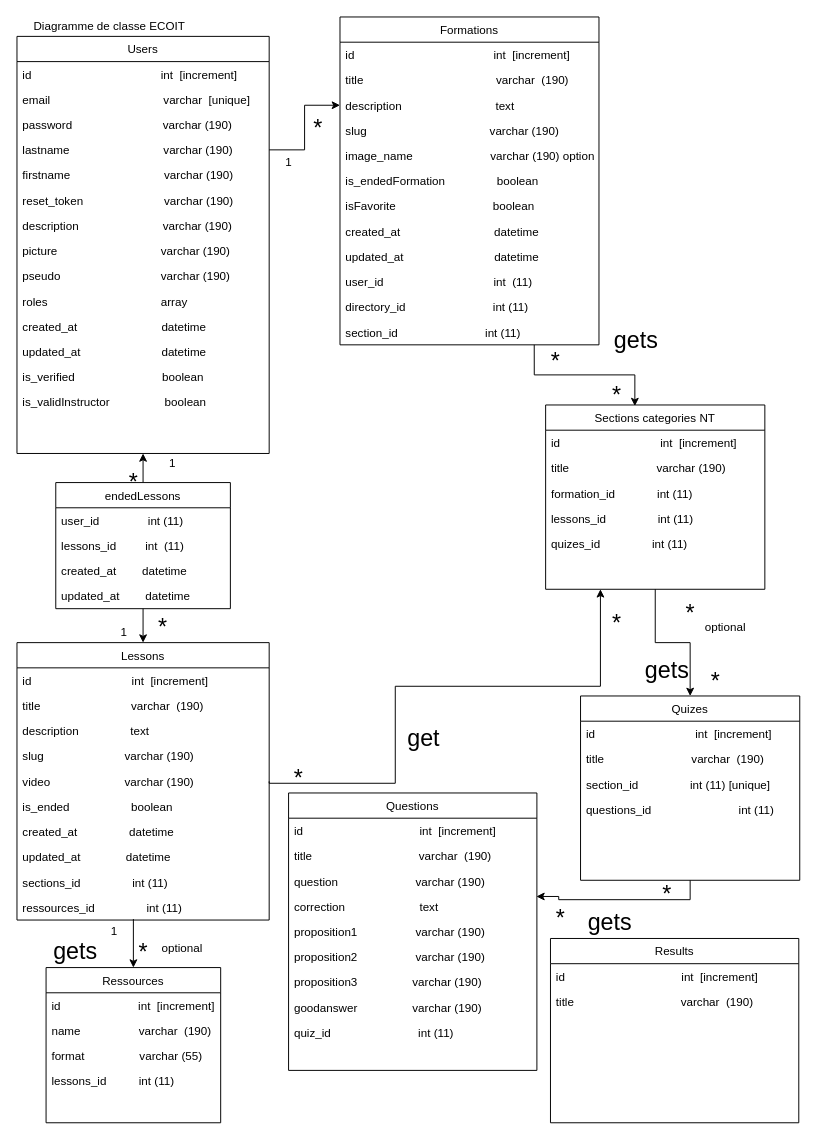
Above: ECO IT/diag_de_classe_ecoit.drawio in cyrisa02/diagrammes-UML (draw.io), before the change. Source tidied: cells renumbered, new cells numbered last; positions are measured from the earlier drawing's top-left corner, leaving out a move shared by most shapes. Both pictures are drawn from the tidied source at 97%, with x=0, y=0 at pixel (16, 16).
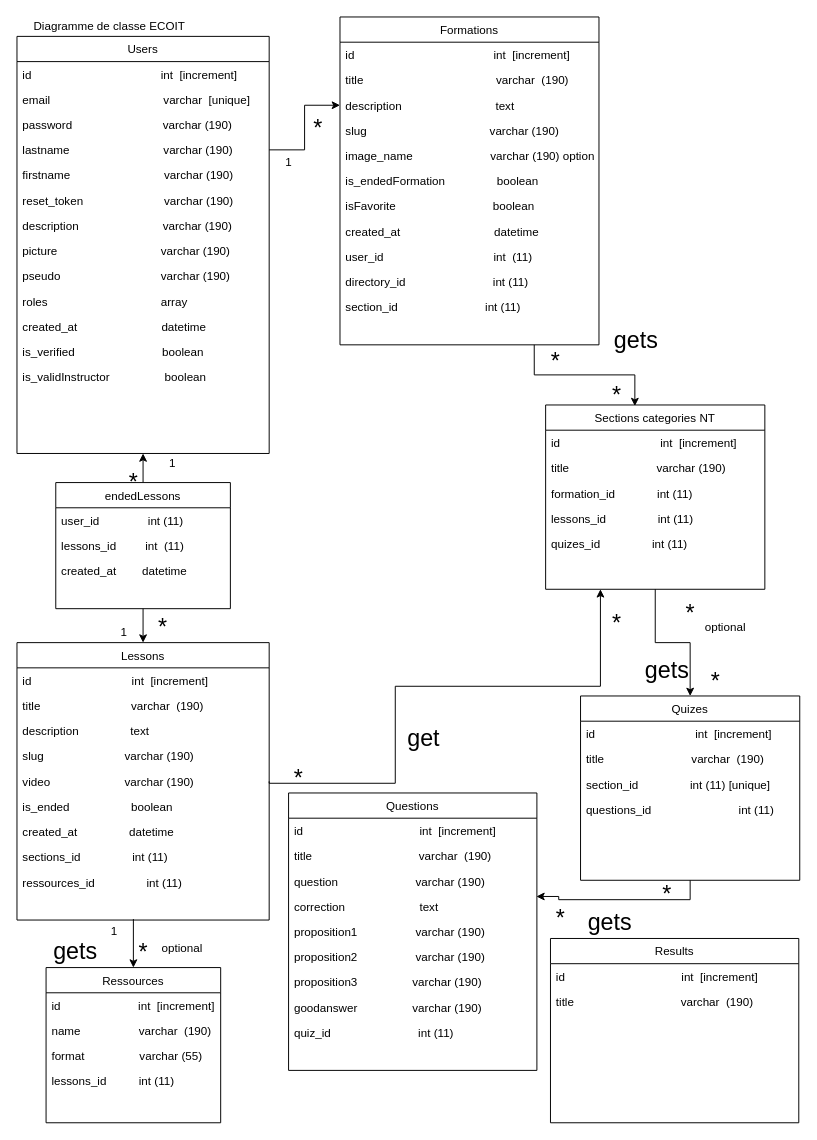
Above is the later version.

The change refers to these unchanged cells:
```xml
<mxCell id="2" value="Users" style="swimlane;fontStyle=0;align=center;verticalAlign=top;horizontal=1;startSize=26;rounded=0;shadow=0;strokeWidth=1;" parent="1" vertex="1">
  <mxGeometry y="20" width="260" height="430" as="geometry" />
</mxCell>
<mxCell id="18" value="Formations" style="swimlane;fontStyle=0;align=center;verticalAlign=top;horizontal=1;startSize=26;rounded=0;shadow=0;strokeWidth=1;" parent="1" vertex="1">
  <mxGeometry x="333" width="267" height="338" as="geometry" />
</mxCell>
<mxCell id="39" value="Lessons" style="swimlane;fontStyle=0;align=center;verticalAlign=top;horizontal=1;startSize=26;rounded=0;shadow=0;strokeWidth=1;" parent="1" vertex="1">
  <mxGeometry y="645" width="260" height="286" as="geometry" />
</mxCell>
<mxCell id="90" value="endedLessons" style="swimlane;fontStyle=0;align=center;verticalAlign=top;horizontal=1;startSize=26;rounded=0;shadow=0;strokeWidth=1;" parent="1" vertex="1">
  <mxGeometry x="40" y="480" width="180" height="130" as="geometry" />
</mxCell>
```

The edit, as a diff of the source:
```diff
@@
-    <mxCell id="14" value="updated_at                         datetime" style="text;align=left;verticalAlign=top;spacingLeft=4;spacingRight=4;overflow=hidden;" parent="2" vertex="1">
-      <mxGeometry y="312" width="260" height="26" as="geometry" />
-    </mxCell>
     <mxCell id="15" value="is_verified                           boolean" style="text;align=left;verticalAlign=top;spacingLeft=4;spacingRight=4;overflow=hidden;" parent="2" vertex="1">
-      <mxGeometry y="338" width="260" height="26" as="geometry" />
+      <mxGeometry y="312" width="260" height="26" as="geometry" />
     </mxCell>
     <mxCell id="16" value="is_validInstructor                 boolean" style="text;align=left;verticalAlign=top;spacingLeft=4;spacingRight=4;overflow=hidden;" parent="2" vertex="1">
-      <mxGeometry y="364" width="260" height="26" as="geometry" />
+      <mxGeometry y="338" width="260" height="26" as="geometry" />
     </mxCell>
@@
-    <mxCell id="27" value="updated_at                            datetime" style="text;align=left;verticalAlign=top;spacingLeft=4;spacingRight=4;overflow=hidden;" parent="18" vertex="1">
-      <mxGeometry y="234" width="267" height="26" as="geometry" />
-    </mxCell>
     <mxCell id="28" value="user_id                                  int  (11)" style="text;align=left;verticalAlign=top;spacingLeft=4;spacingRight=4;overflow=hidden;" parent="18" vertex="1">
-      <mxGeometry y="260" width="267" height="26" as="geometry" />
+      <mxGeometry y="234" width="267" height="26" as="geometry" />
     </mxCell>
     <mxCell id="29" value="directory_id                           int (11)" style="text;align=left;verticalAlign=top;spacingLeft=4;spacingRight=4;overflow=hidden;" parent="18" vertex="1">
-      <mxGeometry y="286" width="267" height="26" as="geometry" />
+      <mxGeometry y="260" width="267" height="26" as="geometry" />
     </mxCell>
     <mxCell id="30" value="section_id                           int (11)" style="text;align=left;verticalAlign=top;spacingLeft=4;spacingRight=4;overflow=hidden;" parent="18" vertex="1">
-      <mxGeometry y="312" width="267" height="26" as="geometry" />
+      <mxGeometry y="286" width="267" height="26" as="geometry" />
     </mxCell>
@@
-    <mxCell id="47" value="updated_at              datetime" style="text;align=left;verticalAlign=top;spacingLeft=4;spacingRight=4;overflow=hidden;" parent="39" vertex="1">
-      <mxGeometry y="208" width="260" height="26" as="geometry" />
-    </mxCell>
     <mxCell id="48" value="sections_id                int (11)" style="text;align=left;verticalAlign=top;spacingLeft=4;spacingRight=4;overflow=hidden;" parent="39" vertex="1">
-      <mxGeometry y="234" width="260" height="26" as="geometry" />
+      <mxGeometry y="208" width="260" height="26" as="geometry" />
     </mxCell>
     <mxCell id="49" value="ressources_id                int (11)" style="text;align=left;verticalAlign=top;spacingLeft=4;spacingRight=4;overflow=hidden;" parent="39" vertex="1">
-      <mxGeometry y="260" width="260" height="26" as="geometry" />
+      <mxGeometry y="234" width="260" height="26" as="geometry" />
     </mxCell>
@@
-    <mxCell id="94" value="updated_at        datetime" style="text;align=left;verticalAlign=top;spacingLeft=4;spacingRight=4;overflow=hidden;" parent="90" vertex="1">
-      <mxGeometry y="104" width="180" height="26" as="geometry" />
-    </mxCell>
```
